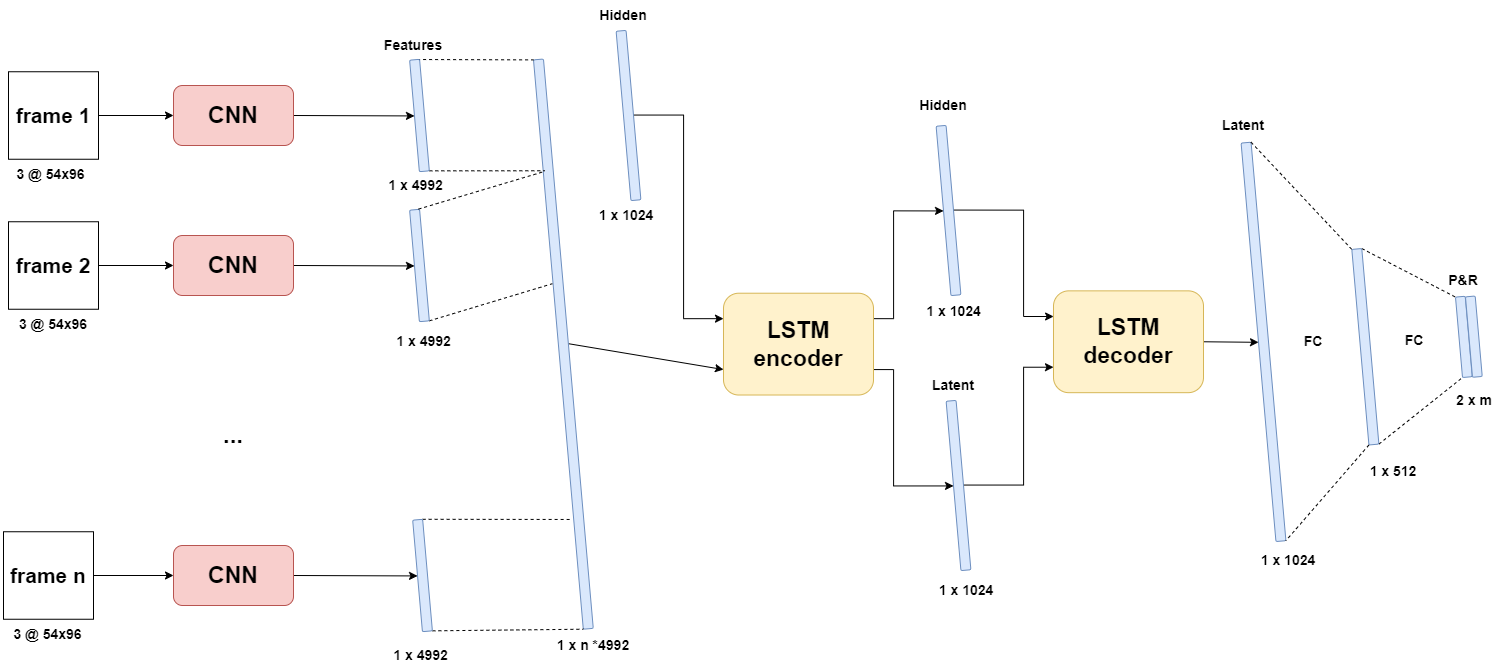
Above: docs/Images/architectures/CNN_LSTM.drawio.png in lancedw/3D-state-prediction-for-surface-vessels-using-IMU-data-and-images (draw.io), before the change. Source tidied: cells renumbered, new cells last; positions are measured from the earlier drawing's top-left corner, leaving out a move shared by most shapes.
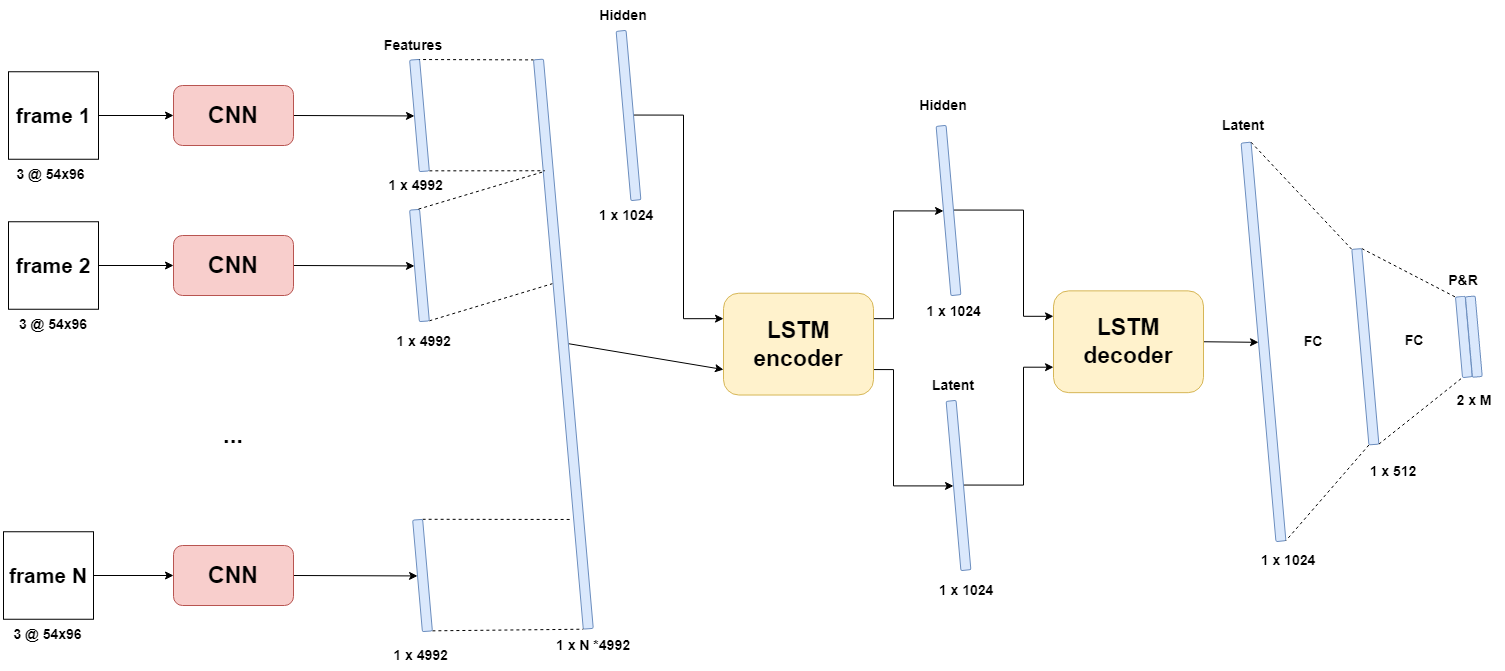
After the change.

Change to the diagram source:
```diff
@@ -47,13 +47,13 @@
     <mxCell id="16" value="&lt;span style=&quot;font-size: 14px;&quot;&gt;&lt;font style=&quot;font-size: 14px;&quot;&gt;P&amp;amp;R&lt;/font&gt;&lt;/span&gt;" style="text;html=1;strokeColor=none;fillColor=none;align=center;verticalAlign=middle;whiteSpace=wrap;rounded=0;fontStyle=1;fontSize=14;" parent="1" vertex="1">
       <mxGeometry x="1432.4" y="265" width="60" height="30" as="geometry" />
     </mxCell>
-    <mxCell id="17" value="&lt;span style=&quot;font-size: 14px;&quot;&gt;&lt;font style=&quot;font-size: 14px;&quot;&gt;2 x m&lt;/font&gt;&lt;/span&gt;" style="text;html=1;strokeColor=none;fillColor=none;align=center;verticalAlign=middle;whiteSpace=wrap;rounded=0;fontStyle=1;fontSize=14;" parent="1" vertex="1">
+    <mxCell id="17" value="&lt;span style=&quot;font-size: 14px;&quot;&gt;&lt;font style=&quot;font-size: 14px;&quot;&gt;2 x M&lt;/font&gt;&lt;/span&gt;" style="text;html=1;strokeColor=none;fillColor=none;align=center;verticalAlign=middle;whiteSpace=wrap;rounded=0;fontStyle=1;fontSize=14;" parent="1" vertex="1">
       <mxGeometry x="1442.7" y="385" width="60" height="30" as="geometry" />
     </mxCell>
     <mxCell id="18" value="Features" style="text;html=1;strokeColor=none;fillColor=none;align=center;verticalAlign=middle;whiteSpace=wrap;rounded=0;fontStyle=1;fontSize=14;" parent="1" vertex="1">
       <mxGeometry x="382" y="30" width="60" height="30" as="geometry" />
     </mxCell>
-    <mxCell id="19" value="&lt;font style=&quot;font-size: 14px;&quot;&gt;1 x n *4992&lt;/font&gt;" style="text;html=1;strokeColor=none;fillColor=none;align=center;verticalAlign=middle;whiteSpace=wrap;rounded=0;fontStyle=1;fontSize=14;" parent="1" vertex="1">
+    <mxCell id="19" value="&lt;font style=&quot;font-size: 14px;&quot;&gt;1 x N *4992&lt;/font&gt;" style="text;html=1;strokeColor=none;fillColor=none;align=center;verticalAlign=middle;whiteSpace=wrap;rounded=0;fontStyle=1;fontSize=14;" parent="1" vertex="1">
       <mxGeometry x="552" y="630" width="80" height="30" as="geometry" />
     </mxCell>
     <mxCell id="20" style="edgeStyle=none;shape=connector;rounded=0;jettySize=auto;html=1;exitX=1;exitY=0.5;exitDx=0;exitDy=0;entryX=0.5;entryY=1;entryDx=0;entryDy=0;labelBackgroundColor=default;fontFamily=Helvetica;fontSize=14;fontColor=default;endArrow=classic;endFill=1;strokeColor=default;fontStyle=1;" parent="1" edge="1" source="21" target="29">
@@ -170,7 +170,7 @@
     <mxCell id="50" style="edgeStyle=orthogonalEdgeStyle;shape=connector;rounded=0;jettySize=auto;html=1;exitX=1;exitY=0.5;exitDx=0;exitDy=0;entryX=0;entryY=0.5;entryDx=0;entryDy=0;labelBackgroundColor=default;fontFamily=Helvetica;fontSize=14;fontColor=default;endArrow=classic;endFill=1;strokeColor=default;fontStyle=1;" parent="1" edge="1" source="51" target="25">
       <mxGeometry relative="1" as="geometry" />
     </mxCell>
-    <mxCell id="51" value="frame n" style="rounded=0;whiteSpace=wrap;html=1;fontFamily=Helvetica;fontSize=21;fontColor=default;fontStyle=1;" parent="1" vertex="1">
+    <mxCell id="51" value="frame N" style="rounded=0;whiteSpace=wrap;html=1;fontFamily=Helvetica;fontSize=21;fontColor=default;fontStyle=1;" parent="1" vertex="1">
       <mxGeometry x="2" y="531.2" width="90" height="87.5" as="geometry" />
     </mxCell>
     <mxCell id="52" style="edgeStyle=orthogonalEdgeStyle;shape=connector;rounded=0;jettySize=auto;html=1;exitX=0.5;exitY=0;exitDx=0;exitDy=0;entryX=0;entryY=0.75;entryDx=0;entryDy=0;labelBackgroundColor=default;fontFamily=Helvetica;fontSize=14;fontColor=default;endArrow=classic;endFill=1;strokeColor=default;fontStyle=1;" parent="1" edge="1" source="53" target="41">
```
